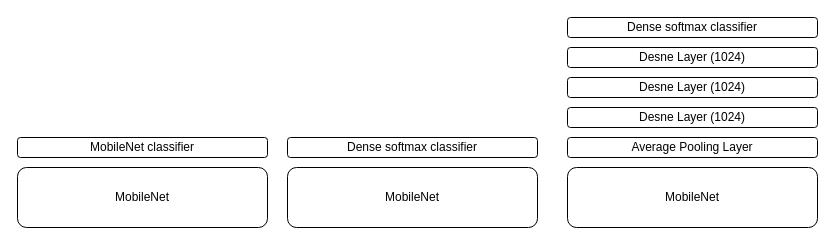
Before: Untitled Diagram.drawio in ilayFriedman/preProject, a draw.io diagram. Source tidied: cells renumbered, new cells numbered last; positions are measured from the earlier drawing's top-left corner, leaving out a move shared by most shapes. Both pictures are drawn from the tidied source at 100%, with x=0, y=0 at pixel (17, 17).
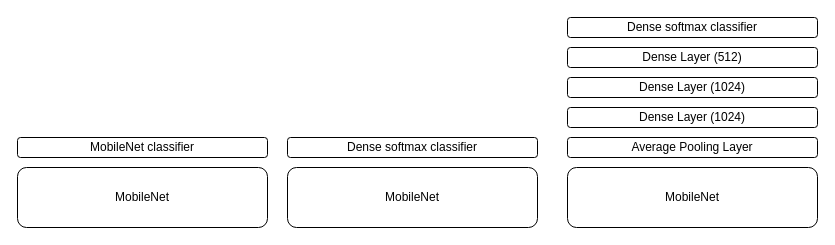
The same page after the edit.

What changed in the source:
```diff
@@
 <mxGraphModel>
   <root>
     <mxCell id="0" />
     <mxCell id="1" parent="0" />
     <mxCell id="2" value="MobileNet" style="rounded=1;whiteSpace=wrap;html=1;" parent="1" vertex="1">
       <mxGeometry y="150" width="250" height="60" as="geometry" />
     </mxCell>
     <mxCell id="3" value="MobileNet classifier" style="rounded=1;whiteSpace=wrap;html=1;" parent="1" vertex="1">
       <mxGeometry y="120" width="250" height="20" as="geometry" />
     </mxCell>
     <mxCell id="4" value="MobileNet" style="rounded=1;whiteSpace=wrap;html=1;" parent="1" vertex="1">
       <mxGeometry x="270" y="150" width="250" height="60" as="geometry" />
     </mxCell>
     <mxCell id="5" value="Dense softmax classifier" style="rounded=1;whiteSpace=wrap;html=1;" parent="1" vertex="1">
       <mxGeometry x="270" y="120" width="250" height="20" as="geometry" />
     </mxCell>
     <mxCell id="6" value="MobileNet" style="rounded=1;whiteSpace=wrap;html=1;" parent="1" vertex="1">
       <mxGeometry x="550" y="150" width="250" height="60" as="geometry" />
     </mxCell>
-    <mxCell id="7" value="Desne Layer (1024)" style="rounded=1;whiteSpace=wrap;html=1;" parent="1" vertex="1">
+    <mxCell id="7" value="Dense Layer (1024)" style="rounded=1;whiteSpace=wrap;html=1;" parent="1" vertex="1">
       <mxGeometry x="550" y="90" width="250" height="20" as="geometry" />
     </mxCell>
-    <mxCell id="8" value="Desne Layer (1024)" style="rounded=1;whiteSpace=wrap;html=1;" parent="1" vertex="1">
+    <mxCell id="8" value="Dense Layer (1024)" style="rounded=1;whiteSpace=wrap;html=1;" parent="1" vertex="1">
       <mxGeometry x="550" y="60" width="250" height="20" as="geometry" />
     </mxCell>
-    <mxCell id="9" value="Desne Layer (1024)" style="rounded=1;whiteSpace=wrap;html=1;" parent="1" vertex="1">
+    <mxCell id="9" value="Dense Layer (512)" style="rounded=1;whiteSpace=wrap;html=1;" parent="1" vertex="1">
       <mxGeometry x="550" y="30" width="250" height="20" as="geometry" />
     </mxCell>
     <mxCell id="10" value="Dense softmax classifier" style="rounded=1;whiteSpace=wrap;html=1;" parent="1" vertex="1">
       <mxGeometry x="550" width="250" height="20" as="geometry" />
     </mxCell>
     <mxCell id="11" value="Average Pooling Layer" style="rounded=1;whiteSpace=wrap;html=1;" parent="1" vertex="1">
       <mxGeometry x="550" y="120" width="250" height="20" as="geometry" />
     </mxCell>
   </root>
 </mxGraphModel>
```
